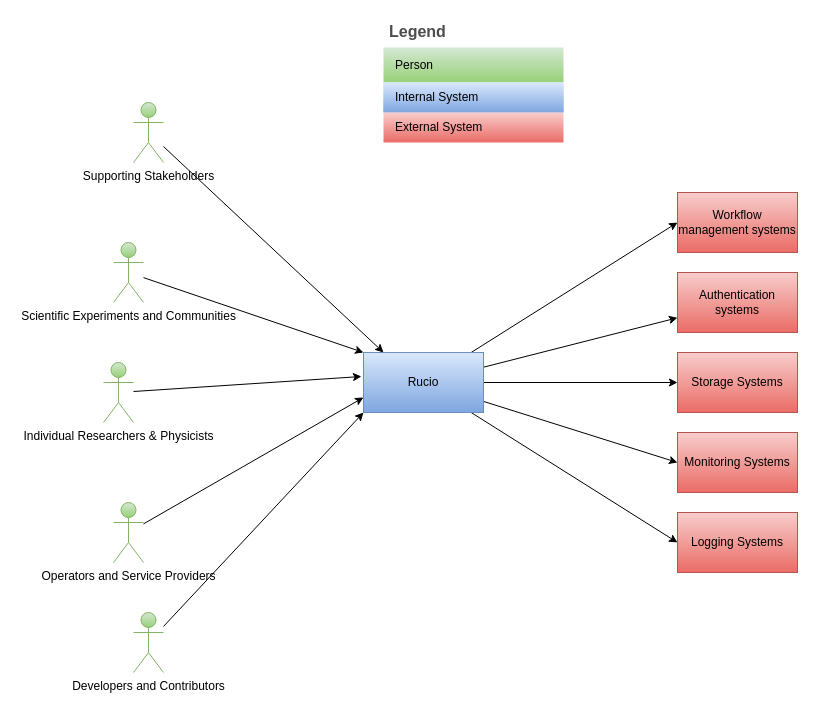
Above: diagrams/Context View.drawio in mgajek-cern/rucio-architecture-docs (draw.io), before the change. Source tidied: cells renumbered, new cells numbered last; positions are measured from the earlier drawing's top-left corner, leaving out a move shared by most shapes. Both pictures are drawn from the tidied source at 100%, with x=0, y=0 at pixel (103, 17).
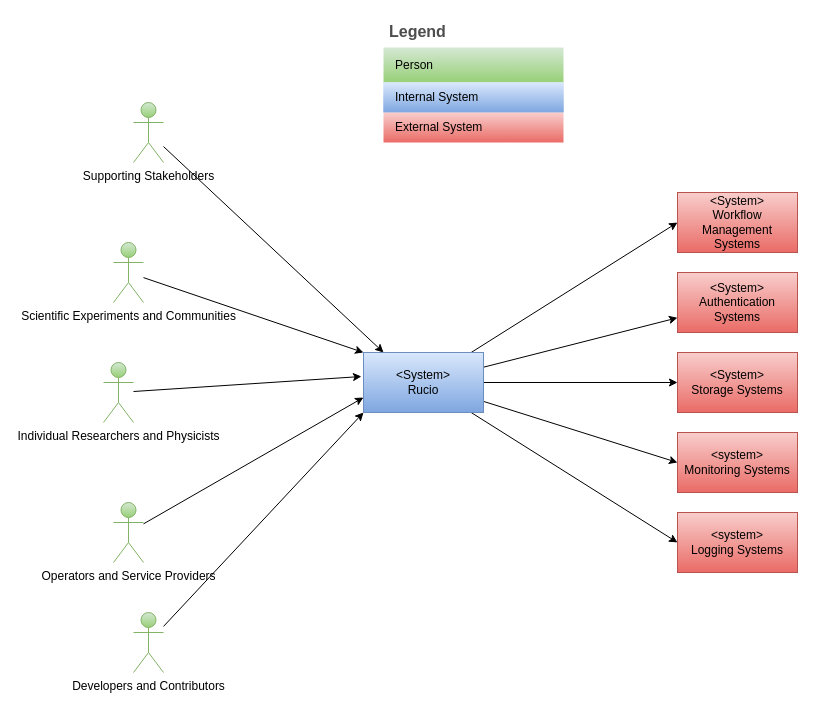
The same page after the edit.

Commit message (it also covers changes not shown here):
chore: add tags in component diagrams

What changed in the source:
```diff
@@
-    <mxCell id="7" value="Rucio" style="rounded=0;whiteSpace=wrap;html=1;fillColor=#dae8fc;gradientColor=#7ea6e0;strokeColor=#6c8ebf;" parent="1" vertex="1">
+    <mxCell id="7" value="&amp;lt;System&amp;gt;&lt;br&gt;Rucio" style="rounded=0;whiteSpace=wrap;html=1;fillColor=#dae8fc;gradientColor=#7ea6e0;strokeColor=#6c8ebf;" parent="1" vertex="1">
       <mxGeometry x="260" y="335" width="120" height="60" as="geometry" />
     </mxCell>
-    <mxCell id="8" value="Authentication systems" style="rounded=0;whiteSpace=wrap;html=1;fillColor=#f8cecc;gradientColor=#ea6b66;strokeColor=#b85450;" parent="1" vertex="1">
+    <mxCell id="8" value="&lt;span style=&quot;color: rgb(0, 0, 0);&quot;&gt;&amp;lt;System&amp;gt;&lt;/span&gt;&lt;br&gt;Authentication Systems" style="rounded=0;whiteSpace=wrap;html=1;fillColor=#f8cecc;gradientColor=#ea6b66;strokeColor=#b85450;" parent="1" vertex="1">
       <mxGeometry x="574" y="255" width="120" height="60" as="geometry" />
     </mxCell>
-    <mxCell id="9" value="Storage Systems" style="rounded=0;whiteSpace=wrap;html=1;fillColor=#f8cecc;gradientColor=#ea6b66;strokeColor=#b85450;" parent="1" vertex="1">
+    <mxCell id="9" value="&lt;span style=&quot;color: rgb(0, 0, 0);&quot;&gt;&amp;lt;System&amp;gt;&lt;/span&gt;&lt;br&gt;Storage Systems" style="rounded=0;whiteSpace=wrap;html=1;fillColor=#f8cecc;gradientColor=#ea6b66;strokeColor=#b85450;" parent="1" vertex="1">
       <mxGeometry x="574" y="335" width="120" height="60" as="geometry" />
     </mxCell>
-    <mxCell id="10" value="Monitoring Systems" style="rounded=0;whiteSpace=wrap;html=1;fillColor=#f8cecc;gradientColor=#ea6b66;strokeColor=#b85450;" parent="1" vertex="1">
+    <mxCell id="10" value="&lt;span style=&quot;color: rgb(0, 0, 0);&quot;&gt;&amp;lt;system&amp;gt;&lt;/span&gt;&lt;br&gt;Monitoring Systems" style="rounded=0;whiteSpace=wrap;html=1;fillColor=#f8cecc;gradientColor=#ea6b66;strokeColor=#b85450;" parent="1" vertex="1">
       <mxGeometry x="574" y="415" width="120" height="60" as="geometry" />
     </mxCell>
-    <mxCell id="11" value="Workflow management systems" style="rounded=0;whiteSpace=wrap;html=1;fillColor=#f8cecc;gradientColor=#ea6b66;strokeColor=#b85450;" parent="1" vertex="1">
+    <mxCell id="11" value="&amp;lt;System&amp;gt;&lt;br&gt;Workflow Management Systems" style="rounded=0;whiteSpace=wrap;html=1;fillColor=#f8cecc;gradientColor=#ea6b66;strokeColor=#b85450;" parent="1" vertex="1">
       <mxGeometry x="574" y="175" width="120" height="60" as="geometry" />
     </mxCell>
-    <mxCell id="12" value="Logging Systems" style="rounded=0;whiteSpace=wrap;html=1;fillColor=#f8cecc;gradientColor=#ea6b66;strokeColor=#b85450;" parent="1" vertex="1">
+    <mxCell id="12" value="&lt;span style=&quot;color: rgb(0, 0, 0);&quot;&gt;&amp;lt;system&amp;gt;&lt;/span&gt;&lt;br&gt;Logging Systems" style="rounded=0;whiteSpace=wrap;html=1;fillColor=#f8cecc;gradientColor=#ea6b66;strokeColor=#b85450;" parent="1" vertex="1">
       <mxGeometry x="574" y="495" width="120" height="60" as="geometry" />
     </mxCell>
@@
-    <mxCell id="15" value="Individual Researchers &amp;amp; Physicists" style="shape=umlActor;verticalLabelPosition=bottom;verticalAlign=top;html=1;outlineConnect=0;fillColor=#d5e8d4;gradientColor=#97d077;strokeColor=#82b366;" parent="1" vertex="1">
+    <mxCell id="15" value="Individual Researchers and Physicists" style="shape=umlActor;verticalLabelPosition=bottom;verticalAlign=top;html=1;outlineConnect=0;fillColor=#d5e8d4;gradientColor=#97d077;strokeColor=#82b366;" parent="1" vertex="1">
       <mxGeometry y="345" width="30" height="60" as="geometry" />
     </mxCell>
```
